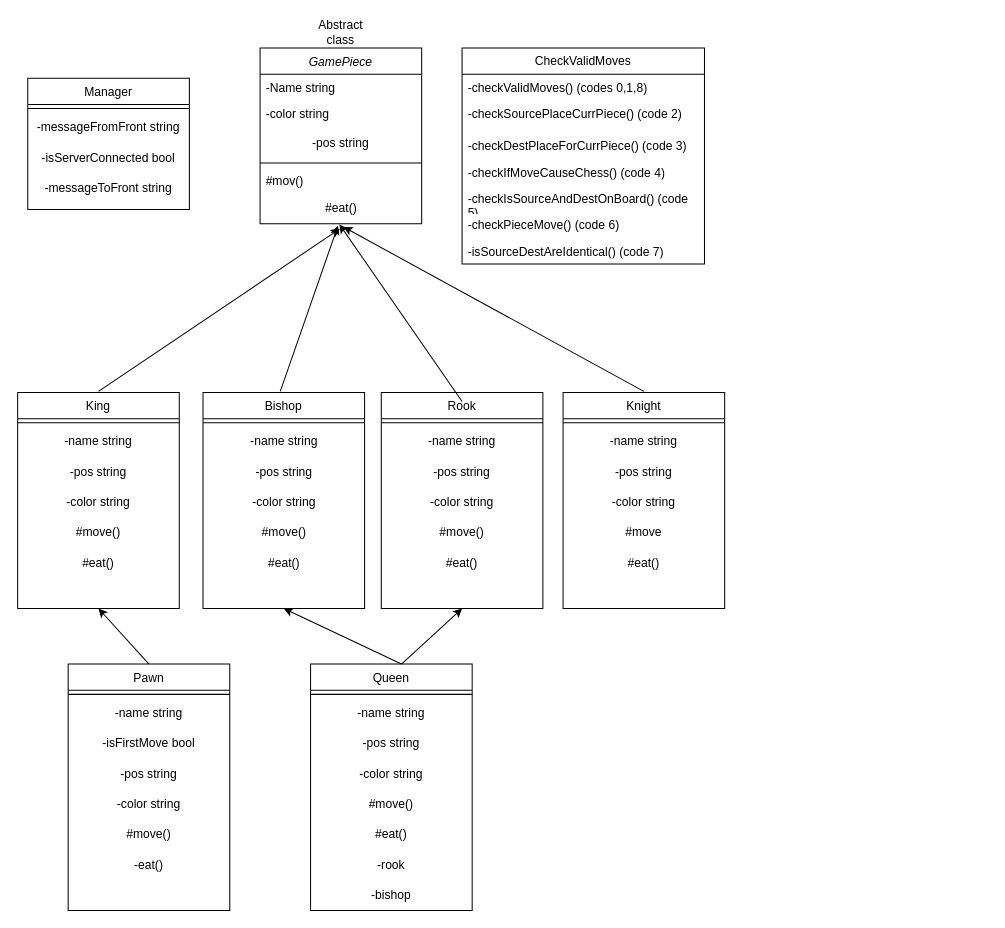
Earlier version of the draw.io diagram uml.drawio (Yishai-Shilian/ChessProject). Source tidied: cells renumbered, new cells numbered last; positions are measured from the earlier drawing's top-left corner, leaving out a move shared by most shapes. Both pictures are drawn from the tidied source at 101%, with x=0, y=0 at pixel (17, 17).
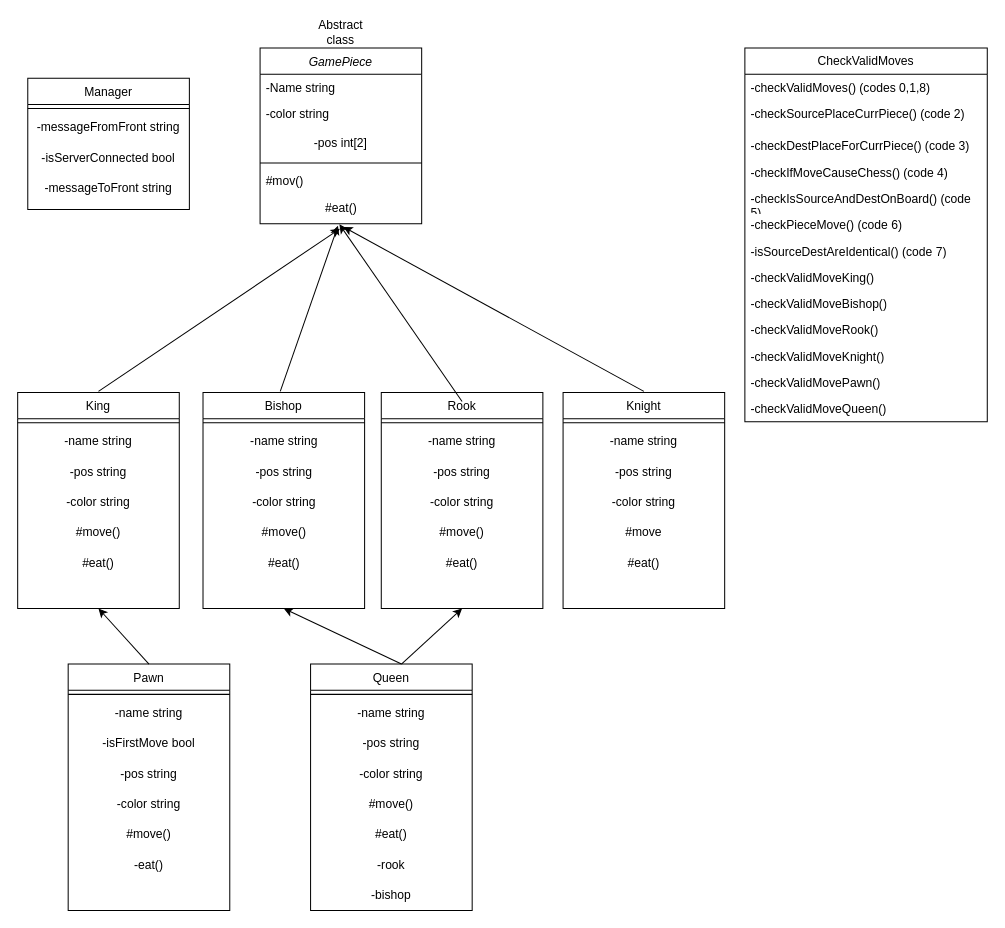
After the change.

Unchanged cells that the change refers to:
```xml
<mxCell id="2" value="GamePiece" style="swimlane;fontStyle=2;align=center;verticalAlign=top;horizontal=1;startSize=26;rounded=0;shadow=0;strokeWidth=1;" parent="1" vertex="1">
  <mxGeometry x="240" y="30" width="160" height="174" as="geometry" />
</mxCell>
```

Diff of the diagram source:
```diff
@@
-    <mxCell id="5" value="-pos string" style="text;html=1;strokeColor=none;fillColor=none;align=center;verticalAlign=middle;whiteSpace=wrap;rounded=0;" parent="2" vertex="1">
+    <mxCell id="5" value="-pos int[2]" style="text;html=1;strokeColor=none;fillColor=none;align=center;verticalAlign=middle;whiteSpace=wrap;rounded=0;" parent="2" vertex="1">
       <mxGeometry y="80" width="160" height="30" as="geometry" />
     </mxCell>
@@
     <mxCell id="67" value="CheckValidMoves" style="swimlane;fontStyle=0;horizontal=1;startSize=26;fillColor=none;whiteSpace=wrap;html=1;" parent="1" vertex="1">
-      <mxGeometry x="440" y="30" width="240" height="214" as="geometry" />
+      <mxGeometry x="720" y="30" width="240" height="370" as="geometry" />
     </mxCell>
@@
+    <mxCell id="75" value="-checkValidMoveKing()" style="text;strokeColor=none;fillColor=none;align=left;verticalAlign=top;spacingLeft=4;spacingRight=4;overflow=hidden;whiteSpace=wrap;html=1;" parent="67" vertex="1">
+      <mxGeometry y="214" width="240" height="26" as="geometry" />
+    </mxCell>
+    <mxCell id="76" value="-checkValidMoveBishop()" style="text;strokeColor=none;fillColor=none;align=left;verticalAlign=top;spacingLeft=4;spacingRight=4;overflow=hidden;whiteSpace=wrap;html=1;" parent="67" vertex="1">
+      <mxGeometry y="240" width="240" height="26" as="geometry" />
+    </mxCell>
+    <mxCell id="77" value="-checkValidMoveRook()" style="text;strokeColor=none;fillColor=none;align=left;verticalAlign=top;spacingLeft=4;spacingRight=4;overflow=hidden;whiteSpace=wrap;html=1;" parent="67" vertex="1">
+      <mxGeometry y="266" width="240" height="26" as="geometry" />
+    </mxCell>
+    <mxCell id="78" value="-checkValidMoveKnight()" style="text;strokeColor=none;fillColor=none;align=left;verticalAlign=top;spacingLeft=4;spacingRight=4;overflow=hidden;whiteSpace=wrap;html=1;" parent="67" vertex="1">
+      <mxGeometry y="292" width="240" height="26" as="geometry" />
+    </mxCell>
+    <mxCell id="79" value="-checkValidMovePawn()" style="text;strokeColor=none;fillColor=none;align=left;verticalAlign=top;spacingLeft=4;spacingRight=4;overflow=hidden;whiteSpace=wrap;html=1;" parent="67" vertex="1">
+      <mxGeometry y="318" width="240" height="26" as="geometry" />
+    </mxCell>
+    <mxCell id="80" value="-checkValidMoveQueen()" style="text;strokeColor=none;fillColor=none;align=left;verticalAlign=top;spacingLeft=4;spacingRight=4;overflow=hidden;whiteSpace=wrap;html=1;" parent="67" vertex="1">
+      <mxGeometry y="344" width="240" height="26" as="geometry" />
+    </mxCell>
```
